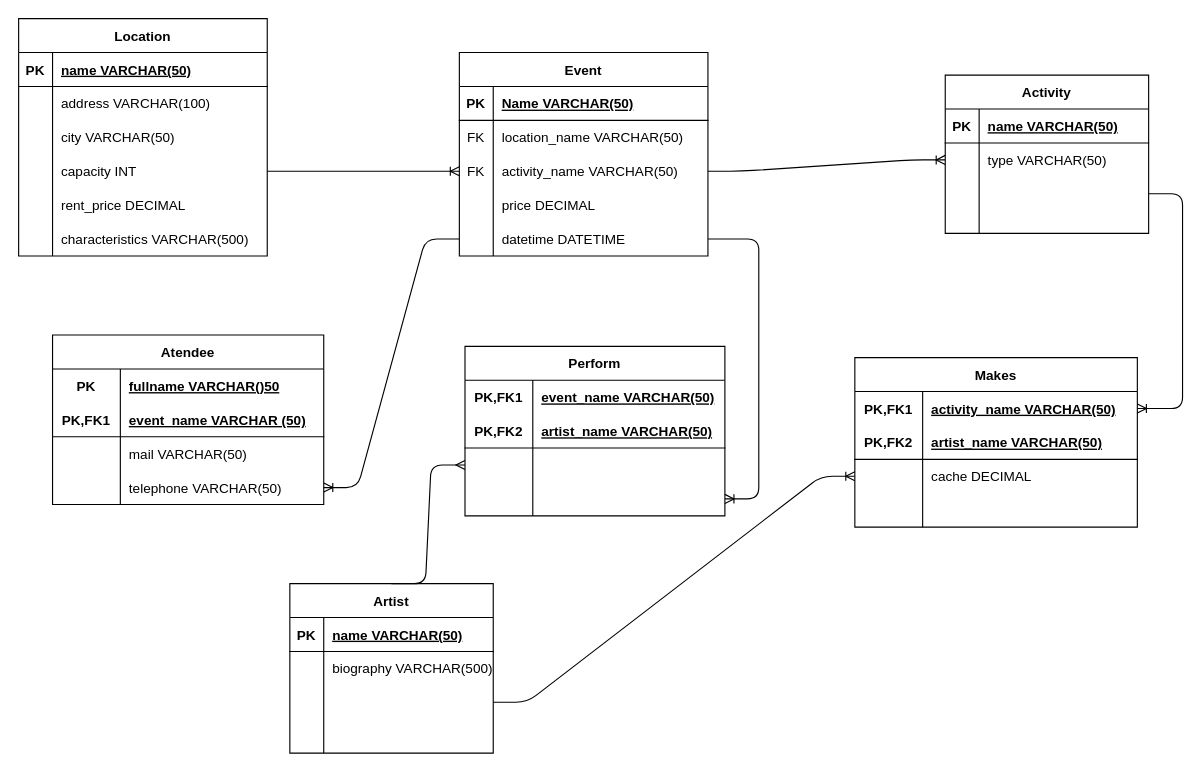
Earlier version of the draw.io diagram Solution/Relational_Model-Empresa_Eventos.drawio (PabloPaezSheridan/EventsEnterpriseSQLDesign). Source tidied: cells renumbered, new cells numbered last; positions are measured from the earlier drawing's top-left corner, leaving out a move shared by most shapes. Both pictures are drawn from the tidied source at 113%, with x=0, y=0 at pixel (18, 18).
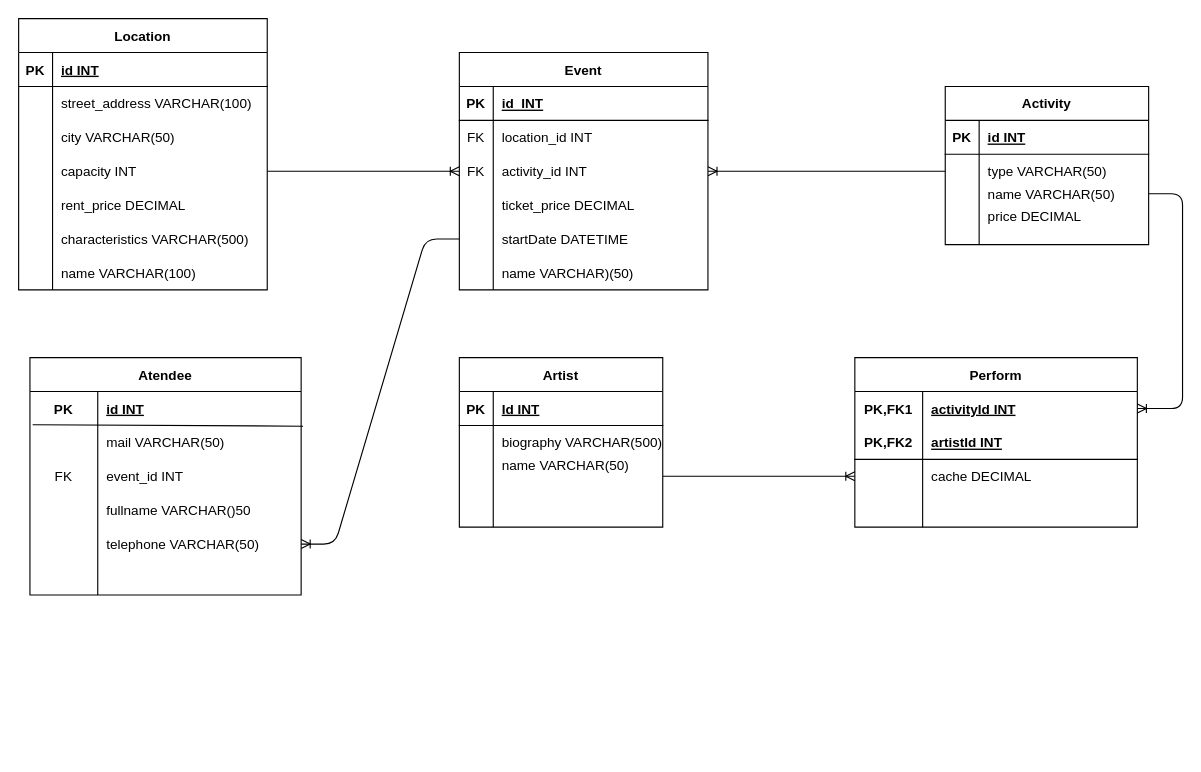
After the change.

The change refers to these unchanged cells:
```xml
<mxCell id="3" style="shape=tableRow;horizontal=0;startSize=0;swimlaneHead=0;swimlaneBody=0;fillColor=none;top=0;left=0;right=0;bottom=1;" parent="2" vertex="1">
  <mxGeometry y="30" width="220" height="30" as="geometry" />
</mxCell>
<mxCell id="6" style="shape=tableRow;horizontal=0;startSize=0;swimlaneHead=0;swimlaneBody=0;fillColor=none;top=0;left=0;right=0;bottom=0;" parent="2" vertex="1">
  <mxGeometry y="60" width="220" height="30" as="geometry" />
</mxCell>
<mxCell id="22" style="shape=tableRow;horizontal=0;startSize=0;swimlaneHead=0;swimlaneBody=0;fillColor=none;top=0;left=0;right=0;bottom=1;" parent="21" vertex="1">
  <mxGeometry y="30" width="220" height="30" as="geometry" />
</mxCell>
<mxCell id="25" style="shape=tableRow;horizontal=0;startSize=0;swimlaneHead=0;swimlaneBody=0;fillColor=none;top=0;left=0;right=0;bottom=0;" parent="21" vertex="1">
  <mxGeometry y="60" width="220" height="30" as="geometry" />
</mxCell>
<mxCell id="28" style="shape=tableRow;horizontal=0;startSize=0;swimlaneHead=0;swimlaneBody=0;fillColor=none;points=[[0,0.5],[1,0.5]];portConstraint=eastwest;top=0;left=0;right=0;bottom=0;" parent="21" vertex="1">
  <mxGeometry y="90" width="220" height="30" as="geometry" />
</mxCell>
<mxCell id="31" style="shape=tableRow;horizontal=0;startSize=0;swimlaneHead=0;swimlaneBody=0;fillColor=none;top=0;left=0;right=0;bottom=0;" parent="21" vertex="1">
  <mxGeometry y="120" width="220" height="30" as="geometry" />
</mxCell>
<mxCell id="34" style="shape=tableRow;horizontal=0;startSize=0;swimlaneHead=0;swimlaneBody=0;fillColor=none;points=[[0,0.5],[1,0.5]];portConstraint=eastwest;top=0;left=0;right=0;bottom=0;" parent="21" vertex="1">
  <mxGeometry y="150" width="220" height="30" as="geometry" />
</mxCell>
<mxCell id="38" style="shape=tableRow;horizontal=0;startSize=0;swimlaneHead=0;swimlaneBody=0;fillColor=none;top=0;left=0;right=0;bottom=1;" parent="37" vertex="1">
  <mxGeometry y="30" width="180" height="30" as="geometry" />
</mxCell>
<mxCell id="41" style="shape=tableRow;horizontal=0;startSize=0;swimlaneHead=0;swimlaneBody=0;fillColor=none;points=[[0,0.5],[1,0.5]];portConstraint=eastwest;top=0;left=0;right=0;bottom=0;" parent="37" vertex="1">
  <mxGeometry y="60" width="180" height="30" as="geometry" />
</mxCell>
<mxCell id="51" style="shape=tableRow;horizontal=0;startSize=0;swimlaneHead=0;swimlaneBody=0;fillColor=none;points=[[0,0.5],[1,0.5]];portConstraint=eastwest;top=0;left=0;right=0;bottom=0;" parent="50" vertex="1">
  <mxGeometry y="30" width="250" height="30" as="geometry" />
</mxCell>
<mxCell id="54" style="shape=tableRow;horizontal=0;startSize=0;swimlaneHead=0;swimlaneBody=0;fillColor=none;top=0;left=0;right=0;bottom=1;" parent="50" vertex="1">
  <mxGeometry y="60" width="250" height="30" as="geometry" />
</mxCell>
<mxCell id="64" style="shape=tableRow;horizontal=0;startSize=0;swimlaneHead=0;swimlaneBody=0;fillColor=none;top=0;left=0;right=0;bottom=1;" parent="63" vertex="1">
  <mxGeometry y="30" width="180" height="30" as="geometry" />
</mxCell>
<mxCell id="90" style="shape=tableRow;horizontal=0;startSize=0;swimlaneHead=0;swimlaneBody=0;fillColor=none;top=0;left=0;right=0;bottom=0;" parent="89" vertex="1">
  <mxGeometry y="30" width="240" height="30" as="geometry" />
</mxCell>
```

The edit, as a diff of the source:
```diff
@@
     <mxCell id="2" value="Location" style="shape=table;startSize=30;childLayout=tableLayout;rowLines=0;fontStyle=1;align=center;" parent="1" vertex="1">
-      <mxGeometry width="220" height="210" as="geometry" />
+      <mxGeometry width="220" height="240" as="geometry" />
     </mxCell>
@@
-    <mxCell id="5" value="name VARCHAR(50)" style="shape=partialRectangle;fillColor=none;top=0;left=0;bottom=0;right=0;align=left;spacingLeft=6;fontStyle=5;overflow=hidden;" parent="3" vertex="1">
+    <mxCell id="5" value="id INT" style="shape=partialRectangle;fillColor=none;top=0;left=0;bottom=0;right=0;align=left;spacingLeft=6;fontStyle=5;overflow=hidden;" parent="3" vertex="1">
       <mxGeometry x="30" width="190" height="30" as="geometry" />
     </mxCell>
@@
-    <mxCell id="8" value="address VARCHAR(100)" style="shape=partialRectangle;fillColor=none;top=0;left=0;bottom=0;right=0;align=left;spacingLeft=6;overflow=hidden;" parent="6" vertex="1">
+    <mxCell id="8" value="street_address VARCHAR(100)" style="shape=partialRectangle;fillColor=none;top=0;left=0;bottom=0;right=0;align=left;spacingLeft=6;overflow=hidden;" parent="6" vertex="1">
       <mxGeometry x="30" width="190" height="30" as="geometry" />
     </mxCell>
@@
+    <mxCell id="109" style="shape=tableRow;horizontal=0;startSize=0;swimlaneHead=0;swimlaneBody=0;fillColor=none;top=0;left=0;right=0;bottom=0;" parent="2" vertex="1">
+      <mxGeometry y="210" width="220" height="30" as="geometry" />
+    </mxCell>
+    <mxCell id="110" style="shape=partialRectangle;fillColor=none;top=0;left=0;bottom=0;right=0;overflow=hidden;" parent="109" vertex="1">
+      <mxGeometry width="30" height="30" as="geometry" />
+    </mxCell>
+    <mxCell id="111" value="name VARCHAR(100)" style="shape=partialRectangle;fillColor=none;top=0;left=0;bottom=0;right=0;align=left;spacingLeft=6;overflow=hidden;fontStyle=0;" parent="109" vertex="1">
+      <mxGeometry x="30" width="190" height="30" as="geometry" />
+    </mxCell>
     <mxCell id="21" value="Event" style="shape=table;startSize=30;childLayout=tableLayout;rowLines=0;fontStyle=1;align=center;" parent="1" vertex="1">
-      <mxGeometry x="390" y="30" width="220" height="180" as="geometry" />
+      <mxGeometry x="390" y="30" width="220" height="210" as="geometry" />
     </mxCell>
@@
-    <mxCell id="24" value="Name VARCHAR(50)" style="shape=partialRectangle;fillColor=none;top=0;left=0;bottom=0;right=0;align=left;spacingLeft=6;fontStyle=5;overflow=hidden;" parent="22" vertex="1">
+    <mxCell id="24" style="shape=partialRectangle;fillColor=none;top=0;left=0;bottom=0;right=0;align=left;spacingLeft=6;fontStyle=5;overflow=hidden;" parent="22" vertex="1">
       <mxGeometry x="30" width="190" height="30" as="geometry" />
     </mxCell>
@@
-    <mxCell id="27" value="location_name VARCHAR(50)" style="shape=partialRectangle;fillColor=none;top=0;left=0;bottom=0;right=0;align=left;spacingLeft=6;overflow=hidden;" parent="25" vertex="1">
+    <mxCell id="27" value="location_id INT" style="shape=partialRectangle;fillColor=none;top=0;left=0;bottom=0;right=0;align=left;spacingLeft=6;overflow=hidden;" parent="25" vertex="1">
       <mxGeometry x="30" width="190" height="30" as="geometry" />
     </mxCell>
@@
-    <mxCell id="30" value="activity_name VARCHAR(50)" style="shape=partialRectangle;fillColor=none;top=0;left=0;bottom=0;right=0;align=left;spacingLeft=6;overflow=hidden;" parent="28" vertex="1">
+    <mxCell id="30" value="activity_id INT" style="shape=partialRectangle;fillColor=none;top=0;left=0;bottom=0;right=0;align=left;spacingLeft=6;overflow=hidden;" parent="28" vertex="1">
       <mxGeometry x="30" width="190" height="30" as="geometry" />
     </mxCell>
@@
-    <mxCell id="33" value="price DECIMAL" style="shape=partialRectangle;fillColor=none;top=0;left=0;bottom=0;right=0;align=left;spacingLeft=6;overflow=hidden;" parent="31" vertex="1">
+    <mxCell id="33" value="ticket_price DECIMAL" style="shape=partialRectangle;fillColor=none;top=0;left=0;bottom=0;right=0;align=left;spacingLeft=6;overflow=hidden;" parent="31" vertex="1">
       <mxGeometry x="30" width="190" height="30" as="geometry" />
     </mxCell>
@@
-    <mxCell id="36" value="datetime DATETIME" style="shape=partialRectangle;fillColor=none;top=0;left=0;bottom=0;right=0;align=left;spacingLeft=6;overflow=hidden;" parent="34" vertex="1">
+    <mxCell id="36" value="startDate DATETIME" style="shape=partialRectangle;fillColor=none;top=0;left=0;bottom=0;right=0;align=left;spacingLeft=6;overflow=hidden;" parent="34" vertex="1">
       <mxGeometry x="30" width="190" height="30" as="geometry" />
     </mxCell>
+    <mxCell id="112" style="shape=tableRow;horizontal=0;startSize=0;swimlaneHead=0;swimlaneBody=0;fillColor=none;top=0;left=0;right=0;bottom=0;" parent="21" vertex="1">
+      <mxGeometry y="180" width="220" height="30" as="geometry" />
+    </mxCell>
+    <mxCell id="113" style="shape=partialRectangle;fillColor=none;top=0;left=0;bottom=0;right=0;overflow=hidden;" parent="112" vertex="1">
+      <mxGeometry width="30" height="30" as="geometry" />
+    </mxCell>
+    <mxCell id="114" value="name VARCHAR)(50)" style="shape=partialRectangle;fillColor=none;top=0;left=0;bottom=0;right=0;align=left;spacingLeft=6;overflow=hidden;" parent="112" vertex="1">
+      <mxGeometry x="30" width="190" height="30" as="geometry" />
+    </mxCell>
     <mxCell id="37" value="Activity" style="shape=table;startSize=30;childLayout=tableLayout;rowLines=0;fontStyle=1;align=center;" parent="1" vertex="1">
-      <mxGeometry x="820" y="50" width="180" height="140" as="geometry" />
+      <mxGeometry x="820" y="60" width="180" height="140" as="geometry" />
     </mxCell>
@@
-    <mxCell id="40" value="name VARCHAR(50)" style="shape=partialRectangle;fillColor=none;top=0;left=0;bottom=0;right=0;align=left;spacingLeft=6;fontStyle=5;overflow=hidden;" parent="38" vertex="1">
+    <mxCell id="40" value="id INT" style="shape=partialRectangle;fillColor=none;top=0;left=0;bottom=0;right=0;align=left;spacingLeft=6;fontStyle=5;overflow=hidden;" parent="38" vertex="1">
       <mxGeometry x="30" width="150" height="30" as="geometry" />
     </mxCell>
@@
-    <mxCell id="50" value="Makes" style="shape=table;startSize=30;childLayout=tableLayout;rowLines=0;fontStyle=1;align=center;" parent="1" vertex="1">
+    <mxCell id="50" value="Perform" style="shape=table;startSize=30;childLayout=tableLayout;rowLines=0;fontStyle=1;align=center;" parent="1" vertex="1">
       <mxGeometry x="740" y="300" width="250" height="150" as="geometry" />
     </mxCell>
@@
-    <mxCell id="53" value="activity_name VARCHAR(50)" style="shape=partialRectangle;fillColor=none;top=0;left=0;bottom=0;right=0;align=left;spacingLeft=6;fontStyle=5;overflow=hidden;" parent="51" vertex="1">
+    <mxCell id="53" value="activityId INT" style="shape=partialRectangle;fillColor=none;top=0;left=0;bottom=0;right=0;align=left;spacingLeft=6;fontStyle=5;overflow=hidden;" parent="51" vertex="1">
       <mxGeometry x="60" width="190" height="30" as="geometry" />
     </mxCell>
@@
-    <mxCell id="56" value="artist_name VARCHAR(50)" style="shape=partialRectangle;fillColor=none;top=0;left=0;bottom=0;right=0;align=left;spacingLeft=6;fontStyle=5;overflow=hidden;" parent="54" vertex="1">
+    <mxCell id="56" value="artistId INT" style="shape=partialRectangle;fillColor=none;top=0;left=0;bottom=0;right=0;align=left;spacingLeft=6;fontStyle=5;overflow=hidden;" parent="54" vertex="1">
       <mxGeometry x="60" width="190" height="30" as="geometry" />
     </mxCell>
@@
     <mxCell id="63" value="Artist" style="shape=table;startSize=30;childLayout=tableLayout;rowLines=0;fontStyle=1;align=center;" parent="1" vertex="1">
-      <mxGeometry x="240" y="500" width="180" height="150" as="geometry" />
+      <mxGeometry x="390" y="300" width="180" height="150" as="geometry" />
     </mxCell>
@@
-    <mxCell id="66" value="name VARCHAR(50)" style="shape=partialRectangle;fillColor=none;top=0;left=0;bottom=0;right=0;align=left;spacingLeft=6;fontStyle=5;overflow=hidden;" parent="64" vertex="1">
+    <mxCell id="66" value="Id INT" style="shape=partialRectangle;fillColor=none;top=0;left=0;bottom=0;right=0;align=left;spacingLeft=6;fontStyle=5;overflow=hidden;" parent="64" vertex="1">
       <mxGeometry x="30" width="150" height="30" as="geometry" />
     </mxCell>
@@
-    <mxCell id="76" value="Perform" style="shape=table;startSize=30;childLayout=tableLayout;rowLines=0;fontStyle=1;align=center;" parent="1" vertex="1">
-      <mxGeometry x="395" y="290" width="230" height="150" as="geometry" />
-    </mxCell>
-    <mxCell id="77" style="shape=tableRow;horizontal=0;startSize=0;swimlaneHead=0;swimlaneBody=0;fillColor=none;top=0;left=0;right=0;bottom=0;" parent="76" vertex="1">
-      <mxGeometry y="30" width="230" height="30" as="geometry" />
-    </mxCell>
-    <mxCell id="78" value="PK,FK1" style="shape=partialRectangle;fillColor=none;top=0;left=0;bottom=0;right=0;fontStyle=1;overflow=hidden;" parent="77" vertex="1">
-      <mxGeometry width="60" height="30" as="geometry" />
-    </mxCell>
-    <mxCell id="79" value="event_name VARCHAR(50)" style="shape=partialRectangle;fillColor=none;top=0;left=0;bottom=0;right=0;align=left;spacingLeft=6;fontStyle=5;overflow=hidden;" parent="77" vertex="1">
-      <mxGeometry x="60" width="170" height="30" as="geometry" />
-    </mxCell>
-    <mxCell id="80" style="shape=tableRow;horizontal=0;startSize=0;swimlaneHead=0;swimlaneBody=0;fillColor=none;top=0;left=0;right=0;bottom=1;" parent="76" vertex="1">
-      <mxGeometry y="60" width="230" height="30" as="geometry" />
-    </mxCell>
-    <mxCell id="81" value="PK,FK2" style="shape=partialRectangle;fillColor=none;top=0;left=0;bottom=0;right=0;fontStyle=1;overflow=hidden;" parent="80" vertex="1">
-      <mxGeometry width="60" height="30" as="geometry" />
-    </mxCell>
-    <mxCell id="82" value="artist_name VARCHAR(50)" style="shape=partialRectangle;fillColor=none;top=0;left=0;bottom=0;right=0;align=left;spacingLeft=6;fontStyle=5;overflow=hidden;" parent="80" vertex="1">
-      <mxGeometry x="60" width="170" height="30" as="geometry" />
-    </mxCell>
-    <mxCell id="83" style="shape=tableRow;horizontal=0;startSize=0;swimlaneHead=0;swimlaneBody=0;fillColor=none;points=[[0,0.5],[1,0.5]];portConstraint=eastwest;top=0;left=0;right=0;bottom=0;" parent="76" vertex="1">
-      <mxGeometry y="90" width="230" height="30" as="geometry" />
-    </mxCell>
-    <mxCell id="84" style="shape=partialRectangle;fillColor=none;top=0;left=0;bottom=0;right=0;overflow=hidden;" parent="83" vertex="1">
-      <mxGeometry width="60" height="30" as="geometry" />
-    </mxCell>
-    <mxCell id="85" style="shape=partialRectangle;fillColor=none;top=0;left=0;bottom=0;right=0;align=left;spacingLeft=6;overflow=hidden;" parent="83" vertex="1">
-      <mxGeometry x="60" width="170" height="30" as="geometry" />
-    </mxCell>
-    <mxCell id="86" style="shape=tableRow;horizontal=0;startSize=0;swimlaneHead=0;swimlaneBody=0;fillColor=none;points=[[0,0.5],[1,0.5]];portConstraint=eastwest;top=0;left=0;right=0;bottom=0;" parent="76" vertex="1">
-      <mxGeometry y="120" width="230" height="30" as="geometry" />
-    </mxCell>
-    <mxCell id="87" style="shape=partialRectangle;fillColor=none;top=0;left=0;bottom=0;right=0;overflow=hidden;" parent="86" vertex="1">
-      <mxGeometry width="60" height="30" as="geometry" />
-    </mxCell>
-    <mxCell id="88" style="shape=partialRectangle;fillColor=none;top=0;left=0;bottom=0;right=0;align=left;spacingLeft=6;overflow=hidden;" parent="86" vertex="1">
-      <mxGeometry x="60" width="170" height="30" as="geometry" />
-    </mxCell>
     <mxCell id="89" value="Atendee" style="shape=table;startSize=30;childLayout=tableLayout;rowLines=0;fontStyle=1;align=center;" parent="1" vertex="1">
-      <mxGeometry x="30" y="280" width="240" height="150" as="geometry" />
+      <mxGeometry x="10" y="300" width="240" height="210" as="geometry" />
     </mxCell>
@@
-    <mxCell id="92" value="fullname VARCHAR()50" style="shape=partialRectangle;fillColor=none;top=0;left=0;bottom=0;right=0;align=left;spacingLeft=6;fontStyle=5;overflow=hidden;" parent="90" vertex="1">
+    <mxCell id="92" value="id INT" style="shape=partialRectangle;fillColor=none;top=0;left=0;bottom=0;right=0;align=left;spacingLeft=6;fontStyle=5;overflow=hidden;" parent="90" vertex="1">
       <mxGeometry x="60" width="180" height="30" as="geometry" />
     </mxCell>
-    <mxCell id="93" style="shape=tableRow;horizontal=0;startSize=0;swimlaneHead=0;swimlaneBody=0;fillColor=none;top=0;left=0;right=0;bottom=1;" parent="89" vertex="1">
-      <mxGeometry y="60" width="240" height="30" as="geometry" />
-    </mxCell>
-    <mxCell id="94" value="PK,FK1" style="shape=partialRectangle;fillColor=none;top=0;left=0;bottom=0;right=0;fontStyle=1;overflow=hidden;" parent="93" vertex="1">
-      <mxGeometry width="60" height="30" as="geometry" />
-    </mxCell>
-    <mxCell id="95" value="event_name VARCHAR (50)" style="shape=partialRectangle;fillColor=none;top=0;left=0;bottom=0;right=0;align=left;spacingLeft=6;fontStyle=5;overflow=hidden;" parent="93" vertex="1">
-      <mxGeometry x="60" width="180" height="30" as="geometry" />
-    </mxCell>
+    <mxCell id="115" style="endArrow=none;html=1;exitX=0.01;exitY=-0.022;exitDx=0;exitDy=0;exitPerimeter=0;entryX=1.007;entryY=0.022;entryDx=0;entryDy=0;entryPerimeter=0;" parent="89" edge="1" source="96" target="96">
+      <mxGeometry relative="1" as="geometry" />
+    </mxCell>
     <mxCell id="96" style="shape=tableRow;horizontal=0;startSize=0;swimlaneHead=0;swimlaneBody=0;fillColor=none;points=[[0,0.5],[1,0.5]];portConstraint=eastwest;top=0;left=0;right=0;bottom=0;" parent="89" vertex="1">
-      <mxGeometry y="90" width="240" height="30" as="geometry" />
+      <mxGeometry y="60" width="240" height="30" as="geometry" />
     </mxCell>
@@
+    <mxCell id="116" style="shape=tableRow;horizontal=0;startSize=0;swimlaneHead=0;swimlaneBody=0;fillColor=none;top=0;left=0;right=0;bottom=0;fontStyle=5;" parent="89" vertex="1">
+      <mxGeometry y="90" width="240" height="30" as="geometry" />
+    </mxCell>
+    <mxCell id="117" value="FK" style="shape=partialRectangle;fillColor=none;top=0;left=0;bottom=0;right=0;fontStyle=0;overflow=hidden;" parent="116" vertex="1">
+      <mxGeometry width="60" height="30" as="geometry" />
+    </mxCell>
+    <mxCell id="118" value="event_id INT" style="shape=partialRectangle;fillColor=none;top=0;left=0;bottom=0;right=0;align=left;spacingLeft=6;fontStyle=0;overflow=hidden;" parent="116" vertex="1">
+      <mxGeometry x="60" width="180" height="30" as="geometry" />
+    </mxCell>
     <mxCell id="99" style="shape=tableRow;horizontal=0;startSize=0;swimlaneHead=0;swimlaneBody=0;fillColor=none;points=[[0,0.5],[1,0.5]];portConstraint=eastwest;top=0;left=0;right=0;bottom=0;" parent="89" vertex="1">
-      <mxGeometry y="120" width="240" height="30" as="geometry" />
+      <mxGeometry y="120" width="240" height="90" as="geometry" />
     </mxCell>
     <mxCell id="100" style="shape=partialRectangle;fillColor=none;top=0;left=0;bottom=0;right=0;overflow=hidden;" parent="99" vertex="1">
-      <mxGeometry width="60" height="30" as="geometry" />
+      <mxGeometry width="60" height="90" as="geometry" />
     </mxCell>
     <mxCell id="101" value="telephone VARCHAR(50)" style="shape=partialRectangle;fillColor=none;top=0;left=0;bottom=0;right=0;align=left;spacingLeft=6;overflow=hidden;" parent="99" vertex="1">
-      <mxGeometry x="60" width="180" height="30" as="geometry" />
+      <mxGeometry x="60" width="180" height="90" as="geometry" />
     </mxCell>
@@
-    <mxCell id="103" style="edgeStyle=entityRelationEdgeStyle;fontSize=12;html=1;endArrow=ERoneToMany;exitX=1;exitY=0.5;exitDx=0;exitDy=0;" parent="1" edge="1" source="28" target="41">
-      <mxGeometry relative="1" as="geometry" />
-    </mxCell>
@@
-    <mxCell id="106" style="edgeStyle=entityRelationEdgeStyle;fontSize=12;html=1;endArrow=ERoneToMany;exitX=1;exitY=0.5;exitDx=0;exitDy=0;" parent="1" edge="1" source="34" target="86">
-      <mxGeometry relative="1" as="geometry" />
-    </mxCell>
-    <mxCell id="107" style="edgeStyle=entityRelationEdgeStyle;fontSize=12;html=1;endArrow=ERmany;entryX=0;entryY=0.5;entryDx=0;entryDy=0;exitX=0.5;exitY=0;exitDx=0;exitDy=0;" parent="1" edge="1" source="63" target="83">
-      <mxGeometry relative="1" as="geometry" />
-    </mxCell>
@@
+    <mxCell id="119" value="id  INT" style="shape=partialRectangle;fillColor=none;top=0;left=0;bottom=0;right=0;align=left;spacingLeft=6;overflow=hidden;fontStyle=5;" parent="1" vertex="1">
+      <mxGeometry x="420" y="60" width="190" height="30" as="geometry" />
+    </mxCell>
+    <mxCell id="120" value="name VARCHAR(50)" style="shape=partialRectangle;fillColor=none;top=0;left=0;bottom=0;right=0;align=left;spacingLeft=6;fontStyle=0;overflow=hidden;" parent="1" vertex="1">
+      <mxGeometry x="420" y="380" width="150" height="30" as="geometry" />
+    </mxCell>
+    <mxCell id="121" value="name VARCHAR(50)" style="shape=partialRectangle;fillColor=none;top=0;left=0;bottom=0;right=0;align=left;spacingLeft=6;overflow=hidden;" parent="1" vertex="1">
+      <mxGeometry x="850" y="140" width="150" height="30" as="geometry" />
+    </mxCell>
+    <mxCell id="122" value="fullname VARCHAR()50" style="shape=partialRectangle;fillColor=none;top=0;left=0;bottom=0;right=0;align=left;spacingLeft=6;fontStyle=0;overflow=hidden;" parent="1" vertex="1">
+      <mxGeometry x="70" y="420" width="180" height="30" as="geometry" />
+    </mxCell>
+    <mxCell id="123" style="edgeStyle=entityRelationEdgeStyle;fontSize=12;html=1;endArrow=ERoneToMany;exitX=0;exitY=0.5;exitDx=0;exitDy=0;entryX=1;entryY=0.5;entryDx=0;entryDy=0;" parent="1" edge="1" source="41" target="28">
+      <mxGeometry relative="1" as="geometry" />
+    </mxCell>
+    <mxCell id="124" value="price DECIMAL" style="shape=partialRectangle;fillColor=none;top=0;left=0;bottom=0;right=0;align=left;spacingLeft=6;overflow=hidden;" parent="1" vertex="1">
+      <mxGeometry x="850" y="160" width="150" height="30" as="geometry" />
+    </mxCell>
```
